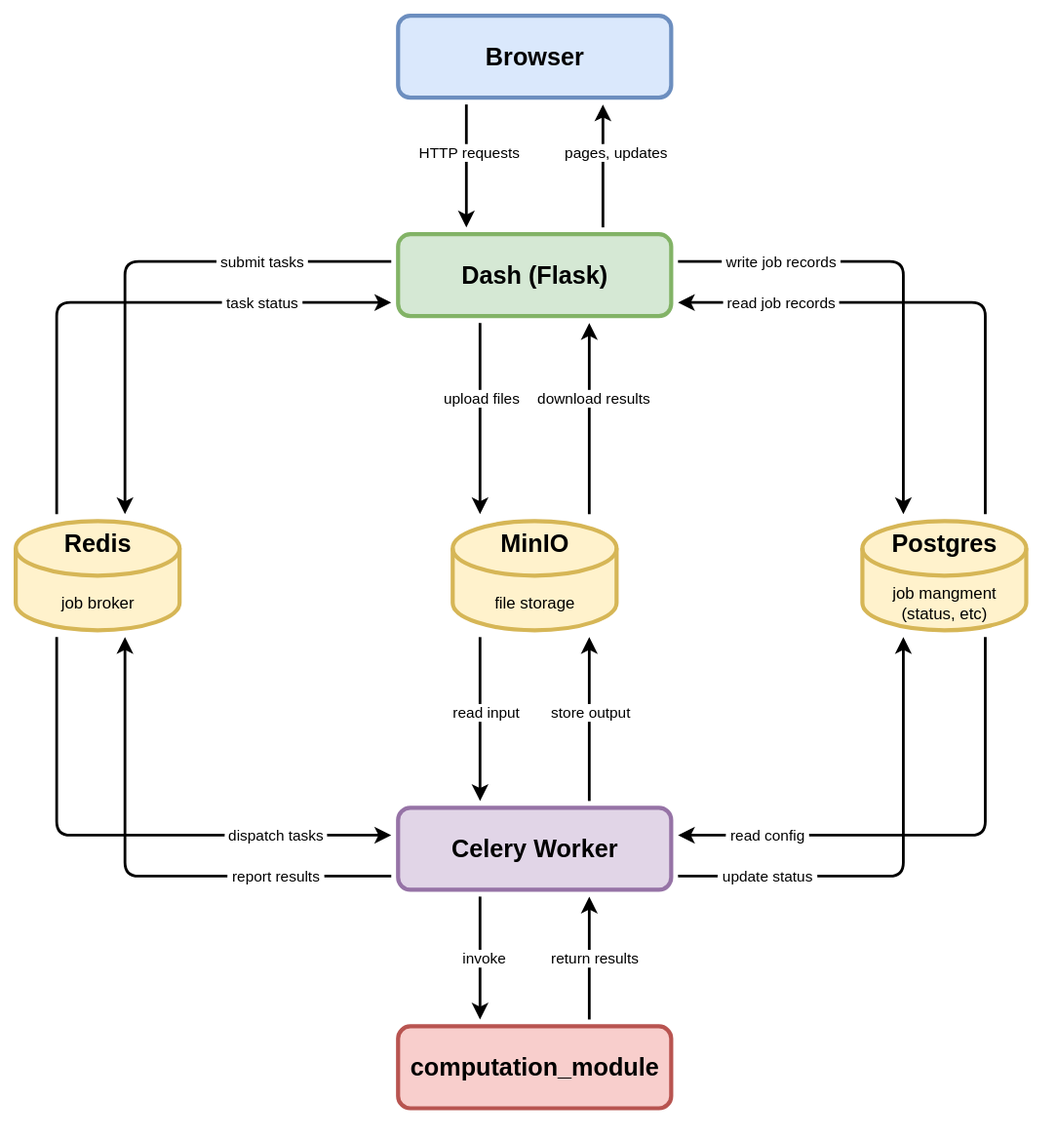
The draw.io diagram docs/diagrams/architecture.svg in Helmholtz-UFZ/CosmoSuite, before a commit. Source tidied: cells renumbered, new cells last; positions are measured from the earlier drawing's top-left corner, leaving out a move shared by most shapes.
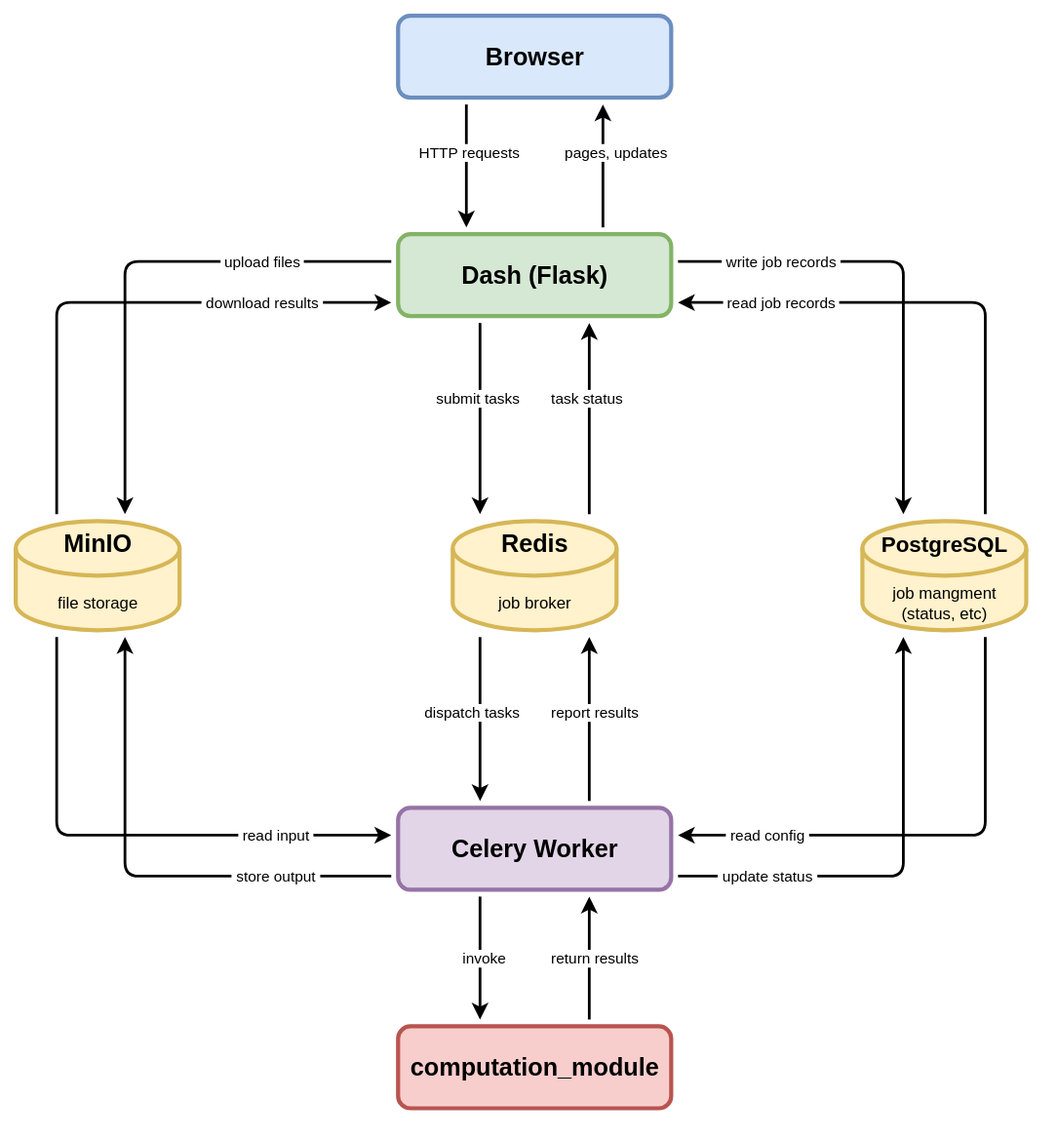
Above is the later version.

Change to the diagram source:
```diff
@@ -8,13 +8,13 @@
     <mxCell id="3" value="Dash (Flask)" style="rounded=1;whiteSpace=wrap;html=1;fontSize=18;fontStyle=1;strokeWidth=3;fillColor=#d5e8d4;strokeColor=#82b366;" parent="1" vertex="1">
       <mxGeometry x="280" y="160" width="200" height="60" as="geometry" />
     </mxCell>
-    <mxCell id="4" value="Redis" style="shape=cylinder3;whiteSpace=wrap;html=1;fontSize=18;fontStyle=1;strokeWidth=3;fillColor=#fff2cc;strokeColor=#d6b656;size=20;verticalAlign=top;" parent="1" vertex="1">
+    <mxCell id="4" value="MinIO" style="shape=cylinder3;whiteSpace=wrap;html=1;fontSize=18;fontStyle=1;strokeWidth=3;fillColor=#fff2cc;strokeColor=#d6b656;size=20;verticalAlign=top;" parent="1" vertex="1">
       <mxGeometry y="370" width="120" height="80" as="geometry" />
     </mxCell>
-    <mxCell id="5" value="MinIO" style="shape=cylinder3;whiteSpace=wrap;html=1;fontSize=18;fontStyle=1;strokeWidth=3;fillColor=#fff2cc;strokeColor=#d6b656;size=20;verticalAlign=top;" parent="1" vertex="1">
+    <mxCell id="5" value="Redis" style="shape=cylinder3;whiteSpace=wrap;html=1;fontSize=18;fontStyle=1;strokeWidth=3;fillColor=#fff2cc;strokeColor=#d6b656;size=20;verticalAlign=top;" parent="1" vertex="1">
       <mxGeometry x="320" y="370" width="120" height="80" as="geometry" />
     </mxCell>
-    <mxCell id="6" value="Postgres" style="shape=cylinder3;whiteSpace=wrap;html=1;strokeWidth=3;fillColor=#fff2cc;strokeColor=#d6b656;size=20;verticalAlign=top;fontStyle=1;fontSize=18;" parent="1" vertex="1">
+    <mxCell id="6" value="&lt;font style=&quot;font-size: 16px;&quot;&gt;PostgreSQL&lt;/font&gt;" style="shape=cylinder3;whiteSpace=wrap;html=1;strokeWidth=3;fillColor=#fff2cc;strokeColor=#d6b656;size=20;verticalAlign=top;fontStyle=1;fontSize=18;" parent="1" vertex="1">
       <mxGeometry x="620" y="370" width="120" height="80" as="geometry" />
     </mxCell>
     <mxCell id="7" value="Celery Worker" style="rounded=1;whiteSpace=wrap;html=1;fontSize=18;fontStyle=1;strokeWidth=3;fillColor=#e1d5e7;strokeColor=#9673a6;" parent="1" vertex="1">
@@ -35,7 +35,7 @@
         <mxPoint x="430" y="65" as="targetPoint" />
       </mxGeometry>
     </mxCell>
-    <mxCell id="11" value="&amp;nbsp;submit tasks&amp;nbsp;" style="edgeStyle=orthogonalEdgeStyle;rounded=1;html=1;strokeWidth=2;fontSize=11;" parent="1" edge="1">
+    <mxCell id="11" value="&amp;nbsp;upload files&amp;nbsp;" style="edgeStyle=orthogonalEdgeStyle;rounded=1;html=1;strokeWidth=2;fontSize=11;" parent="1" edge="1">
       <mxGeometry x="-0.5" relative="1" as="geometry">
         <mxPoint x="275" y="180" as="sourcePoint" />
         <mxPoint x="80" y="365" as="targetPoint" />
@@ -44,7 +44,7 @@
         </Array>
       </mxGeometry>
     </mxCell>
-    <mxCell id="12" value="&amp;nbsp;task status&amp;nbsp;" style="edgeStyle=orthogonalEdgeStyle;rounded=1;html=1;strokeWidth=2;fontSize=11;" parent="1" edge="1">
+    <mxCell id="12" value="&amp;nbsp;download results&amp;nbsp;" style="edgeStyle=orthogonalEdgeStyle;rounded=1;html=1;strokeWidth=2;fontSize=11;" parent="1" edge="1">
       <mxGeometry x="0.52" relative="1" as="geometry">
         <mxPoint x="30" y="365" as="sourcePoint" />
         <mxPoint x="275" y="210" as="targetPoint" />
@@ -53,14 +53,14 @@
         </Array>
       </mxGeometry>
     </mxCell>
-    <mxCell id="13" value="upload files" style="edgeStyle=orthogonalEdgeStyle;rounded=1;html=1;strokeWidth=2;fontSize=11;align=right;" parent="1" edge="1">
+    <mxCell id="13" value="&lt;span style=&quot;text-align: center;&quot;&gt;submit tasks&lt;/span&gt;" style="edgeStyle=orthogonalEdgeStyle;rounded=1;html=1;strokeWidth=2;fontSize=11;align=right;" parent="1" edge="1">
       <mxGeometry x="-0.21" y="30" relative="1" as="geometry">
         <mxPoint x="340" y="225" as="sourcePoint" />
         <mxPoint x="340" y="365" as="targetPoint" />
       </mxGeometry>
     </mxCell>
-    <mxCell id="14" value="download results" style="edgeStyle=orthogonalEdgeStyle;rounded=1;html=1;strokeWidth=2;fontSize=11;align=left;" parent="1" edge="1">
-      <mxGeometry x="0.21" y="40" relative="1" as="geometry">
+    <mxCell id="14" value="task status" style="edgeStyle=orthogonalEdgeStyle;rounded=1;html=1;strokeWidth=2;fontSize=11;align=left;" parent="1" edge="1">
+      <mxGeometry x="0.21" y="30" relative="1" as="geometry">
         <mxPoint x="420" y="365" as="sourcePoint" />
         <mxPoint x="420" y="225" as="targetPoint" />
       </mxGeometry>
@@ -83,7 +83,7 @@
         </Array>
       </mxGeometry>
     </mxCell>
-    <mxCell id="17" value="&amp;nbsp;dispatch tasks&amp;nbsp;" style="edgeStyle=orthogonalEdgeStyle;rounded=1;html=1;strokeWidth=2;fontSize=11;" parent="1" edge="1">
+    <mxCell id="17" value="&lt;span style=&quot;text-align: right;&quot;&gt;&amp;nbsp;read input&amp;nbsp;&lt;/span&gt;" style="edgeStyle=orthogonalEdgeStyle;rounded=1;html=1;strokeWidth=2;fontSize=11;" parent="1" edge="1">
       <mxGeometry x="0.56" relative="1" as="geometry">
         <mxPoint x="30" y="455" as="sourcePoint" />
         <mxPoint x="275" y="600" as="targetPoint" />
@@ -92,7 +92,7 @@
         </Array>
       </mxGeometry>
     </mxCell>
-    <mxCell id="18" value="&amp;nbsp;report results&amp;nbsp;" style="edgeStyle=orthogonalEdgeStyle;rounded=1;html=1;strokeWidth=2;fontSize=11;" parent="1" edge="1">
+    <mxCell id="18" value="&amp;nbsp;store output&amp;nbsp;" style="edgeStyle=orthogonalEdgeStyle;rounded=1;html=1;strokeWidth=2;fontSize=11;" parent="1" edge="1">
       <mxGeometry x="-0.54" relative="1" as="geometry">
         <mxPoint x="275" y="630" as="sourcePoint" />
         <mxPoint x="80" y="455" as="targetPoint" />
@@ -101,13 +101,13 @@
         </Array>
       </mxGeometry>
     </mxCell>
-    <mxCell id="19" value="read input" style="edgeStyle=orthogonalEdgeStyle;rounded=1;html=1;strokeWidth=2;fontSize=11;align=right;" parent="1" edge="1">
+    <mxCell id="19" value="&lt;div&gt;dispatch tasks&lt;/div&gt;" style="edgeStyle=orthogonalEdgeStyle;rounded=1;html=1;strokeWidth=2;fontSize=11;align=right;" parent="1" edge="1">
       <mxGeometry x="-0.08" y="30" relative="1" as="geometry">
         <mxPoint x="340" y="455" as="sourcePoint" />
         <mxPoint x="340" y="575" as="targetPoint" />
       </mxGeometry>
     </mxCell>
-    <mxCell id="20" value="store output" style="edgeStyle=orthogonalEdgeStyle;rounded=1;html=1;strokeWidth=2;fontSize=11;align=left;" parent="1" edge="1">
+    <mxCell id="20" value="&lt;span style=&quot;text-align: center;&quot;&gt;report results&lt;/span&gt;" style="edgeStyle=orthogonalEdgeStyle;rounded=1;html=1;strokeWidth=2;fontSize=11;align=left;" parent="1" edge="1">
       <mxGeometry x="0.08" y="30" relative="1" as="geometry">
         <mxPoint x="420" y="575" as="sourcePoint" />
         <mxPoint x="420" y="455" as="targetPoint" />
@@ -143,12 +143,12 @@
         <mxPoint x="420" y="645" as="targetPoint" />
       </mxGeometry>
     </mxCell>
-    <object id="25" label="job broker" name="Variable" placeholders="1">
+    <object id="25" label="file storage" name="Variable" placeholders="1">
       <mxCell style="text;html=1;strokeColor=none;fillColor=none;align=center;verticalAlign=middle;whiteSpace=wrap;overflow=hidden;" parent="1" vertex="1">
         <mxGeometry x="20" y="420" width="80" height="20" as="geometry" />
       </mxCell>
     </object>
-    <object id="26" label="file storage" name="Variable" placeholders="1">
+    <object id="26" label="&lt;div&gt;job broker&lt;/div&gt;" name="Variable" placeholders="1">
       <mxCell style="text;html=1;strokeColor=none;fillColor=none;align=center;verticalAlign=middle;whiteSpace=wrap;overflow=hidden;" parent="1" vertex="1">
         <mxGeometry x="340" y="420" width="80" height="20" as="geometry" />
       </mxCell>
```
